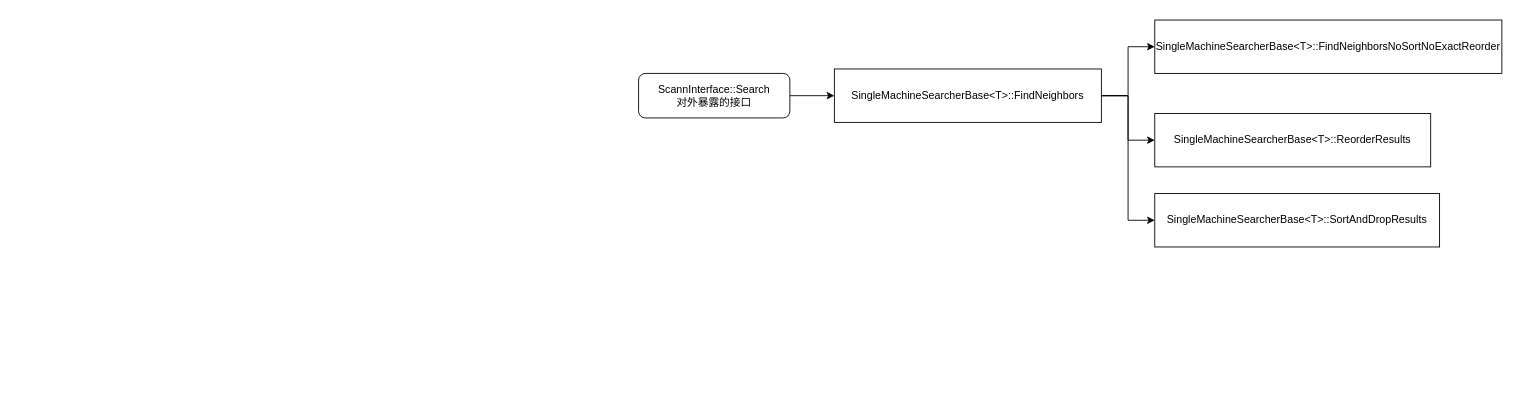
beijingqiuchang/drawio keeps this draw.io diagram as scann.drawio. Above is the earlier version. Source tidied: cells renumbered, new cells numbered last; positions are measured from the earlier drawing's top-left corner, leaving out a move shared by most shapes. Both pictures are drawn from the tidied source at 89%, with x=0, y=0 at pixel (638, 20).
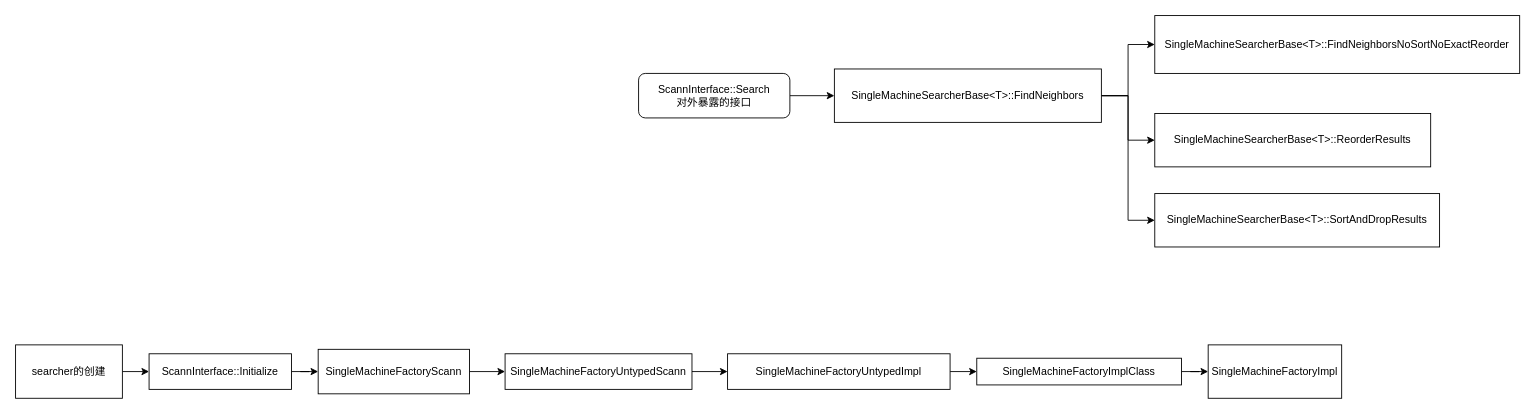
The same diagram, later.

What changed in the source:
```diff
@@
     <mxCell id="8" value="SingleMachineSearcherBase&amp;lt;T&amp;gt;::FindNeighborsNoSortNoExactReorder" style="rounded=0;whiteSpace=wrap;html=1;" parent="1" vertex="1">
-      <mxGeometry x="580" width="390" height="60" as="geometry" />
+      <mxGeometry x="580" y="-5" width="410" height="65" as="geometry" />
     </mxCell>
@@
+    <mxCell id="11" style="edgeStyle=orthogonalEdgeStyle;rounded=0;jettySize=auto;html=1;exitX=1;exitY=0.5;exitDx=0;exitDy=0;entryX=0;entryY=0.5;entryDx=0;entryDy=0;" parent="1" edge="1" source="12" target="23">
+      <mxGeometry relative="1" as="geometry" />
+    </mxCell>
+    <mxCell id="12" value="searcher的创建" style="rounded=0;whiteSpace=wrap;html=1;" parent="1" vertex="1">
+      <mxGeometry x="-700" y="365" width="120" height="60" as="geometry" />
+    </mxCell>
+    <mxCell id="13" style="edgeStyle=orthogonalEdgeStyle;rounded=0;jettySize=auto;html=1;exitX=1;exitY=0.5;exitDx=0;exitDy=0;" parent="1" edge="1" source="14" target="15">
+      <mxGeometry relative="1" as="geometry" />
+    </mxCell>
+    <mxCell id="14" value="SingleMachineFactoryImplClass" style="rounded=0;whiteSpace=wrap;html=1;" parent="1" vertex="1">
+      <mxGeometry x="380" y="380" width="230" height="30" as="geometry" />
+    </mxCell>
+    <mxCell id="15" value="SingleMachineFactoryImpl" style="rounded=0;whiteSpace=wrap;html=1;" parent="1" vertex="1">
+      <mxGeometry x="640" y="365" width="150" height="60" as="geometry" />
+    </mxCell>
+    <mxCell id="16" style="edgeStyle=orthogonalEdgeStyle;rounded=0;jettySize=auto;html=1;exitX=1;exitY=0.5;exitDx=0;exitDy=0;entryX=0;entryY=0.5;entryDx=0;entryDy=0;" parent="1" edge="1" source="17" target="14">
+      <mxGeometry relative="1" as="geometry" />
+    </mxCell>
+    <mxCell id="17" value="SingleMachineFactoryUntypedImpl" style="rounded=0;whiteSpace=wrap;html=1;" parent="1" vertex="1">
+      <mxGeometry x="100" y="375" width="250" height="40" as="geometry" />
+    </mxCell>
+    <mxCell id="18" style="edgeStyle=orthogonalEdgeStyle;rounded=0;jettySize=auto;html=1;exitX=1;exitY=0.5;exitDx=0;exitDy=0;entryX=0;entryY=0.5;entryDx=0;entryDy=0;" parent="1" edge="1" source="19" target="17">
+      <mxGeometry relative="1" as="geometry" />
+    </mxCell>
+    <mxCell id="19" value="SingleMachineFactoryUntypedScann" style="rounded=0;whiteSpace=wrap;html=1;" parent="1" vertex="1">
+      <mxGeometry x="-150" y="375" width="210" height="40" as="geometry" />
+    </mxCell>
+    <mxCell id="20" style="edgeStyle=orthogonalEdgeStyle;rounded=0;jettySize=auto;html=1;exitX=1;exitY=0.5;exitDx=0;exitDy=0;entryX=0;entryY=0.5;entryDx=0;entryDy=0;" parent="1" edge="1" source="21" target="19">
+      <mxGeometry relative="1" as="geometry" />
+    </mxCell>
+    <mxCell id="21" value="SingleMachineFactoryScann" style="rounded=0;whiteSpace=wrap;html=1;" parent="1" vertex="1">
+      <mxGeometry x="-360" y="370" width="170" height="50" as="geometry" />
+    </mxCell>
+    <mxCell id="22" style="edgeStyle=orthogonalEdgeStyle;rounded=0;jettySize=auto;html=1;exitX=1;exitY=0.5;exitDx=0;exitDy=0;" parent="1" edge="1" source="23" target="21">
+      <mxGeometry relative="1" as="geometry" />
+    </mxCell>
+    <mxCell id="23" value="ScannInterface::Initialize" style="rounded=0;whiteSpace=wrap;html=1;" parent="1" vertex="1">
+      <mxGeometry x="-550" y="375" width="160" height="40" as="geometry" />
+    </mxCell>
```
